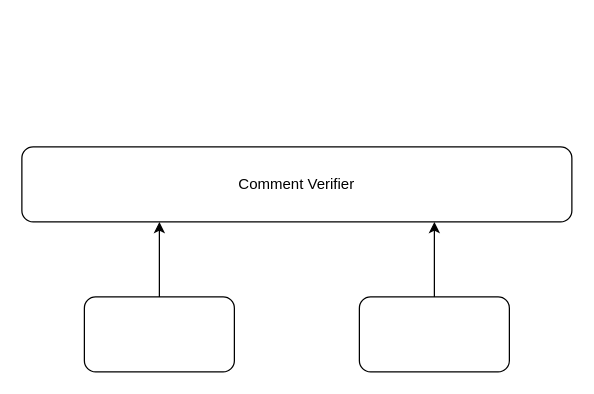
babangain/drawio keeps this draw.io diagram as code-comment-verify.drawio. Above is the earlier version. Source tidied: cells renumbered, new cells numbered last; positions are measured from the earlier drawing's top-left corner, leaving out a move shared by most shapes. Both pictures are drawn from the tidied source at 125%, with x=0, y=0 at pixel (21, 146).
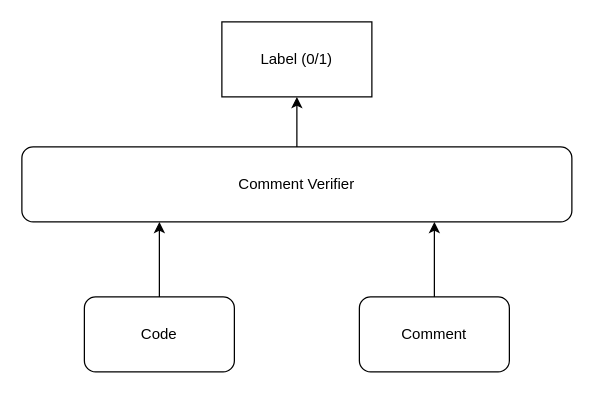
The same diagram, later.

Diff of the diagram source:
```diff
@@
 <mxGraphModel>
   <root>
     <mxCell id="0" />
     <mxCell id="1" parent="0" />
+    <mxCell id="7" style="edgeStyle=orthogonalEdgeStyle;rounded=0;jettySize=auto;html=1;" parent="1" edge="1" source="2" target="8">
+      <mxGeometry relative="1" as="geometry" />
+    </mxCell>
     <mxCell id="2" value="Comment Verifier" style="rounded=1;whiteSpace=wrap;html=1;" parent="1" vertex="1">
       <mxGeometry width="440" height="60" as="geometry" />
     </mxCell>
     <mxCell id="3" style="edgeStyle=orthogonalEdgeStyle;rounded=0;jettySize=auto;html=1;entryX=0.25;entryY=1;entryDx=0;entryDy=0;" parent="1" edge="1" source="4" target="2">
       <mxGeometry relative="1" as="geometry" />
     </mxCell>
-    <mxCell id="4" style="rounded=1;whiteSpace=wrap;html=1;" parent="1" vertex="1">
+    <mxCell id="4" value="Code" style="rounded=1;whiteSpace=wrap;html=1;" parent="1" vertex="1">
       <mxGeometry x="50" y="120" width="120" height="60" as="geometry" />
     </mxCell>
     <mxCell id="5" style="edgeStyle=orthogonalEdgeStyle;rounded=0;jettySize=auto;html=1;entryX=0.75;entryY=1;entryDx=0;entryDy=0;" parent="1" edge="1" source="6" target="2">
       <mxGeometry relative="1" as="geometry" />
     </mxCell>
-    <mxCell id="6" style="rounded=1;whiteSpace=wrap;html=1;" parent="1" vertex="1">
+    <mxCell id="6" value="Comment" style="rounded=1;whiteSpace=wrap;html=1;" parent="1" vertex="1">
       <mxGeometry x="270" y="120" width="120" height="60" as="geometry" />
     </mxCell>
+    <mxCell id="8" value="Label (0/1)" style="rounded=0;whiteSpace=wrap;html=1;" parent="1" vertex="1">
+      <mxGeometry x="160" y="-100" width="120" height="60" as="geometry" />
+    </mxCell>
   </root>
 </mxGraphModel>
```
